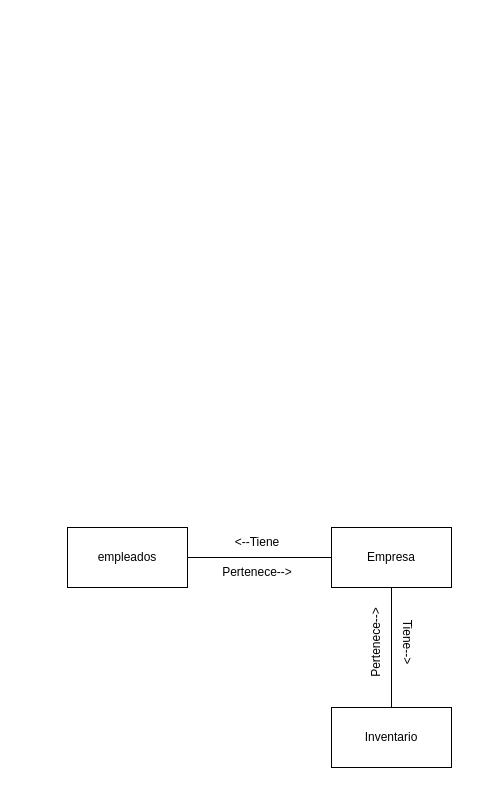
Above: Modelo de Dominio.drawio in EstebanGitPro/HeeS (draw.io), before the change. Source tidied: cells renumbered, new cells numbered last; positions are measured from the earlier drawing's top-left corner, leaving out a move shared by most shapes. Both pictures are drawn from the tidied source at 100%, with x=0, y=0 at pixel (67, 527).
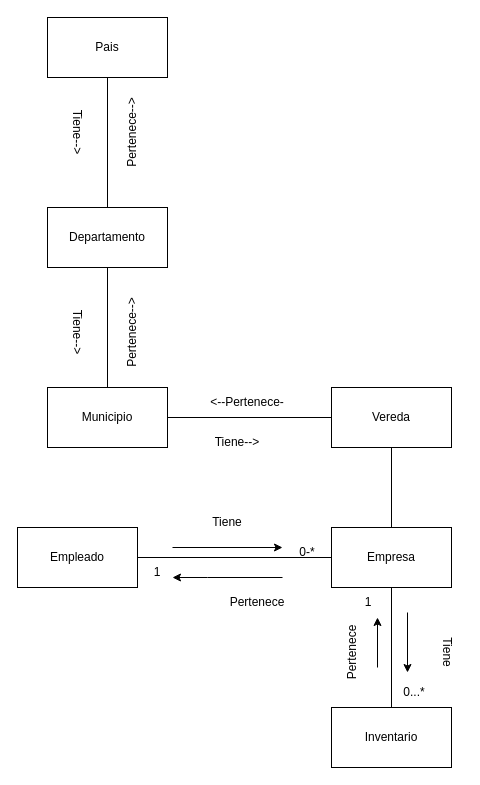
The same page after the edit.

The change refers to these unchanged cells:
```xml
<mxCell id="3" value="Empresa" style="rounded=0;whiteSpace=wrap;html=1;" parent="1" vertex="1">
  <mxGeometry x="264" width="120" height="60" as="geometry" />
</mxCell>
```

Diff of the diagram source:
```diff
@@
-    <mxCell id="2" value="empleados" style="rounded=0;whiteSpace=wrap;html=1;" parent="1" vertex="1">
-      <mxGeometry width="120" height="60" as="geometry" />
+    <mxCell id="2" value="Empleado" style="rounded=0;whiteSpace=wrap;html=1;" parent="1" vertex="1">
+      <mxGeometry x="-50" width="120" height="60" as="geometry" />
     </mxCell>
@@
-    <mxCell id="4" style="endArrow=none;html=1;rounded=0;entryX=0;entryY=0.5;entryDx=0;entryDy=0;" parent="1" edge="1" target="3">
-      <mxGeometry relative="1" as="geometry">
-        <mxPoint x="120" y="30" as="sourcePoint" />
-      </mxGeometry>
-    </mxCell>
@@
-    <mxCell id="7" value="&amp;lt;--Tiene" style="text;html=1;strokeColor=none;fillColor=none;align=center;verticalAlign=middle;whiteSpace=wrap;rounded=0;" parent="1" vertex="1">
-      <mxGeometry x="160" width="60" height="30" as="geometry" />
+    <mxCell id="7" value="Tiene" style="text;html=1;strokeColor=none;fillColor=none;align=center;verticalAlign=middle;whiteSpace=wrap;rounded=0;" parent="1" vertex="1">
+      <mxGeometry x="130" y="-20" width="60" height="30" as="geometry" />
     </mxCell>
-    <mxCell id="8" value="Pertenece--&amp;gt;" style="text;html=1;strokeColor=none;fillColor=none;align=center;verticalAlign=middle;whiteSpace=wrap;rounded=0;" parent="1" vertex="1">
-      <mxGeometry x="150" y="30" width="80" height="30" as="geometry" />
+    <mxCell id="8" value="Pertenece" style="text;html=1;strokeColor=none;fillColor=none;align=center;verticalAlign=middle;whiteSpace=wrap;rounded=0;" parent="1" vertex="1">
+      <mxGeometry x="150" y="60" width="80" height="30" as="geometry" />
     </mxCell>
-    <mxCell id="9" value="Tiene--&amp;gt;" style="text;html=1;strokeColor=none;fillColor=none;align=center;verticalAlign=middle;whiteSpace=wrap;rounded=0;rotation=90;" parent="1" vertex="1">
-      <mxGeometry x="310" y="100" width="60" height="30" as="geometry" />
+    <mxCell id="9" value="Tiene" style="text;html=1;strokeColor=none;fillColor=none;align=center;verticalAlign=middle;whiteSpace=wrap;rounded=0;rotation=90;" parent="1" vertex="1">
+      <mxGeometry x="350" y="110" width="60" height="30" as="geometry" />
     </mxCell>
-    <mxCell id="10" value="Pertenece--&amp;gt;" style="text;html=1;strokeColor=none;fillColor=none;align=center;verticalAlign=middle;whiteSpace=wrap;rounded=0;rotation=270;" parent="1" vertex="1">
-      <mxGeometry x="264" y="100" width="90" height="30" as="geometry" />
+    <mxCell id="10" value="Pertenece" style="text;html=1;strokeColor=none;fillColor=none;align=center;verticalAlign=middle;whiteSpace=wrap;rounded=0;rotation=270;" parent="1" vertex="1">
+      <mxGeometry x="240" y="110" width="90" height="30" as="geometry" />
     </mxCell>
+    <mxCell id="11" style="endArrow=classic;html=1;rounded=0;" parent="1" edge="1">
+      <mxGeometry relative="1" as="geometry">
+        <mxPoint x="105" y="20" as="sourcePoint" />
+        <mxPoint x="215" y="20" as="targetPoint" />
+      </mxGeometry>
+    </mxCell>
+    <mxCell id="12" value="Vereda" style="rounded=0;whiteSpace=wrap;html=1;" parent="1" vertex="1">
+      <mxGeometry x="264" y="-140" width="120" height="60" as="geometry" />
+    </mxCell>
+    <mxCell id="13" style="endArrow=none;html=1;rounded=0;entryX=0;entryY=0.5;entryDx=0;entryDy=0;exitX=1;exitY=0.5;exitDx=0;exitDy=0;" parent="1" edge="1" source="2" target="3">
+      <mxGeometry relative="1" as="geometry" />
+    </mxCell>
+    <mxCell id="14" style="endArrow=none;html=1;rounded=0;exitX=0.5;exitY=0;exitDx=0;exitDy=0;entryX=0.5;entryY=1;entryDx=0;entryDy=0;" parent="1" edge="1" source="3" target="12">
+      <mxGeometry relative="1" as="geometry" />
+    </mxCell>
+    <mxCell id="15" style="endArrow=classic;html=1;rounded=0;" parent="1" edge="1">
+      <mxGeometry relative="1" as="geometry">
+        <mxPoint x="215" y="50" as="sourcePoint" />
+        <mxPoint x="105" y="50" as="targetPoint" />
+        <Array as="points">
+          <mxPoint x="140" y="50" />
+        </Array>
+      </mxGeometry>
+    </mxCell>
+    <mxCell id="16" value="Municipio" style="rounded=0;whiteSpace=wrap;html=1;" parent="1" vertex="1">
+      <mxGeometry x="-20" y="-140" width="120" height="60" as="geometry" />
+    </mxCell>
+    <mxCell id="17" style="endArrow=classic;html=1;rounded=0;" parent="1" edge="1">
+      <mxGeometry relative="1" as="geometry">
+        <mxPoint x="340" y="85" as="sourcePoint" />
+        <mxPoint x="340" y="145" as="targetPoint" />
+      </mxGeometry>
+    </mxCell>
+    <mxCell id="18" style="endArrow=none;html=1;rounded=0;exitX=1;exitY=0.5;exitDx=0;exitDy=0;entryX=0;entryY=0.5;entryDx=0;entryDy=0;" parent="1" edge="1" source="16" target="12">
+      <mxGeometry relative="1" as="geometry" />
+    </mxCell>
+    <mxCell id="19" style="endArrow=classic;html=1;rounded=0;" parent="1" edge="1">
+      <mxGeometry relative="1" as="geometry">
+        <mxPoint x="310" y="140" as="sourcePoint" />
+        <mxPoint x="310" y="90" as="targetPoint" />
+      </mxGeometry>
+    </mxCell>
+    <mxCell id="20" value="Departamento" style="rounded=0;whiteSpace=wrap;html=1;" parent="1" vertex="1">
+      <mxGeometry x="-20" y="-320" width="120" height="60" as="geometry" />
+    </mxCell>
+    <mxCell id="21" style="endArrow=none;html=1;rounded=0;entryX=0.5;entryY=1;entryDx=0;entryDy=0;exitX=0.5;exitY=0;exitDx=0;exitDy=0;" parent="1" edge="1" source="16" target="20">
+      <mxGeometry relative="1" as="geometry" />
+    </mxCell>
+    <mxCell id="22" value="Pais" style="rounded=0;whiteSpace=wrap;html=1;" parent="1" vertex="1">
+      <mxGeometry x="-20" y="-510" width="120" height="60" as="geometry" />
+    </mxCell>
+    <mxCell id="23" style="endArrow=none;html=1;rounded=0;entryX=0.5;entryY=1;entryDx=0;entryDy=0;exitX=0.5;exitY=0;exitDx=0;exitDy=0;" parent="1" edge="1" source="20" target="22">
+      <mxGeometry relative="1" as="geometry" />
+    </mxCell>
+    <mxCell id="24" value="0-*" style="text;html=1;strokeColor=none;fillColor=none;align=center;verticalAlign=middle;whiteSpace=wrap;rounded=0;" parent="1" vertex="1">
+      <mxGeometry x="210" y="10" width="60" height="30" as="geometry" />
+    </mxCell>
+    <mxCell id="25" value="Pertenece--&amp;gt;" style="text;html=1;strokeColor=none;fillColor=none;align=center;verticalAlign=middle;whiteSpace=wrap;rounded=0;rotation=270;" parent="1" vertex="1">
+      <mxGeometry x="20" y="-210" width="90" height="30" as="geometry" />
+    </mxCell>
+    <mxCell id="26" value="1" style="text;html=1;strokeColor=none;fillColor=none;align=center;verticalAlign=middle;whiteSpace=wrap;rounded=0;" parent="1" vertex="1">
+      <mxGeometry x="60" y="30" width="60" height="30" as="geometry" />
+    </mxCell>
+    <mxCell id="27" value="Pertenece--&amp;gt;" style="text;html=1;strokeColor=none;fillColor=none;align=center;verticalAlign=middle;whiteSpace=wrap;rounded=0;rotation=270;" parent="1" vertex="1">
+      <mxGeometry x="20" y="-410" width="90" height="30" as="geometry" />
+    </mxCell>
+    <mxCell id="28" value="0...*" style="text;html=1;strokeColor=none;fillColor=none;align=center;verticalAlign=middle;whiteSpace=wrap;rounded=0;" parent="1" vertex="1">
+      <mxGeometry x="324" y="150" width="46" height="30" as="geometry" />
+    </mxCell>
+    <mxCell id="29" value="Tiene--&amp;gt;" style="text;html=1;strokeColor=none;fillColor=none;align=center;verticalAlign=middle;whiteSpace=wrap;rounded=0;rotation=90;" parent="1" vertex="1">
+      <mxGeometry x="-20" y="-210" width="60" height="30" as="geometry" />
+    </mxCell>
+    <mxCell id="30" value="1" style="text;html=1;strokeColor=none;fillColor=none;align=center;verticalAlign=middle;whiteSpace=wrap;rounded=0;" parent="1" vertex="1">
+      <mxGeometry x="278" y="60" width="46" height="30" as="geometry" />
+    </mxCell>
+    <mxCell id="31" value="Tiene--&amp;gt;" style="text;html=1;strokeColor=none;fillColor=none;align=center;verticalAlign=middle;whiteSpace=wrap;rounded=0;rotation=90;" parent="1" vertex="1">
+      <mxGeometry x="-20" y="-410" width="60" height="30" as="geometry" />
+    </mxCell>
+    <mxCell id="32" value="Tiene--&amp;gt;" style="text;html=1;strokeColor=none;fillColor=none;align=center;verticalAlign=middle;whiteSpace=wrap;rounded=0;" parent="1" vertex="1">
+      <mxGeometry x="140" y="-100" width="60" height="30" as="geometry" />
+    </mxCell>
+    <mxCell id="33" value="&amp;lt;--Pertenece-" style="text;html=1;strokeColor=none;fillColor=none;align=center;verticalAlign=middle;whiteSpace=wrap;rounded=0;" parent="1" vertex="1">
+      <mxGeometry x="140" y="-140" width="80" height="30" as="geometry" />
+    </mxCell>
```
